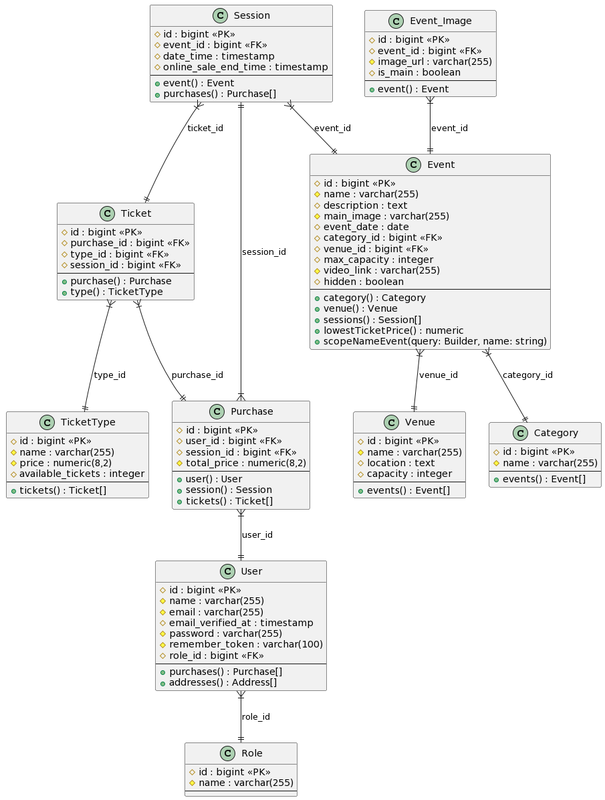
fcarmona8/EventoPass keeps this PlantUML diagram as Docs/images/DiagramaUML.png. Above is the earlier version.
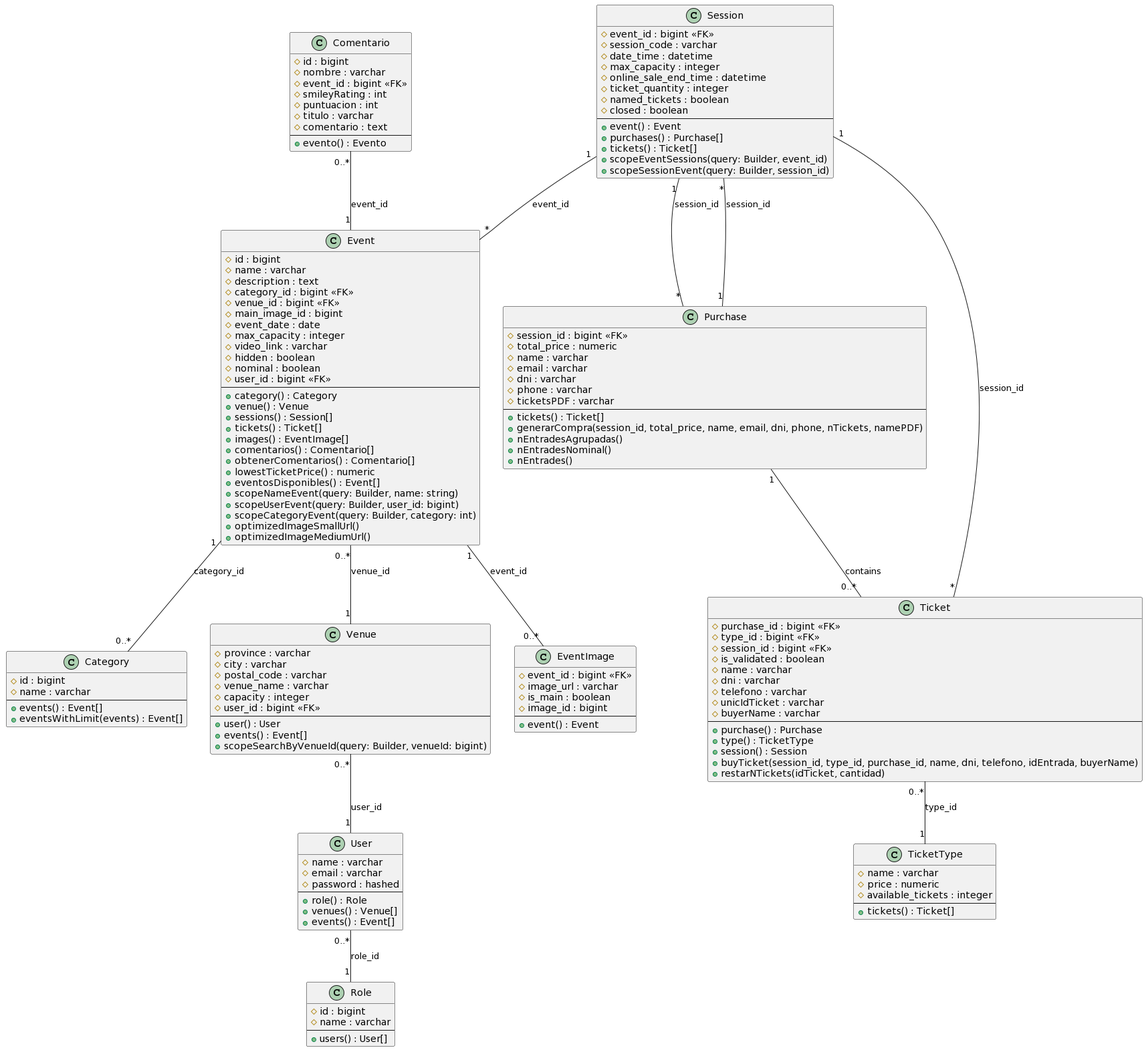
Later version of the same file.

The edit, as a diff of the source:
```diff
@@ -1,115 +1,162 @@
 @startuml
-class "Category" as categories {
-    # id : bigint <<PK>>
-    # name : varchar(255)
+class "Category" {
+    # id : bigint
+    # name : varchar
     --
     + events() : Event[]
+    + eventsWithLimit(events) : Event[]
 }
 
-class "Event" as events {
-    # id : bigint <<PK>>
-    # name : varchar(255)
+class "Comentario" {
+    # id : bigint
+    # nombre : varchar
+    # event_id : bigint <<FK>>
+    # smileyRating : int
+    # puntuacion : int
+    # titulo : varchar
+    # comentario : text
+    --
+    + evento() : Evento
+}
+
+class "Event" {
+    # id : bigint
+    # name : varchar
     # description : text
-    # main_image : varchar(255)
-    # event_date : date
     # category_id : bigint <<FK>>
     # venue_id : bigint <<FK>>
+    # main_image_id : bigint
+    # event_date : date
     # max_capacity : integer
-    # video_link : varchar(255)
+    # video_link : varchar
     # hidden : boolean
+    # nominal : boolean
+    # user_id : bigint <<FK>>
     --
     + category() : Category
     + venue() : Venue
     + sessions() : Session[]
+    + tickets() : Ticket[]
+    + images() : EventImage[]
+    + comentarios() : Comentario[]
+    + obtenerComentarios() : Comentario[]
     + lowestTicketPrice() : numeric
+    + eventosDisponibles() : Event[]
     + scopeNameEvent(query: Builder, name: string)
+    + scopeUserEvent(query: Builder, user_id: bigint)
+    + scopeCategoryEvent(query: Builder, category: int)
+    + optimizedImageSmallUrl()
+    + optimizedImageMediumUrl()
 }
 
-class "Venue" as venues {
-    # id : bigint <<PK>>
-    # name : varchar(255)
-    # location : text
+class "Venue" {
+    # province : varchar
+    # city : varchar
+    # postal_code : varchar
+    # venue_name : varchar
     # capacity : integer
+    # user_id : bigint <<FK>>
     --
+    + user() : User
+    + events() : Event[]
+    + scopeSearchByVenueId(query: Builder, venueId: bigint)
+}
+
+class "User" {
+    # name : varchar
+    # email : varchar
+    # password : hashed
+    --
+    + role() : Role
+    + venues() : Venue[]
     + events() : Event[]
 }
 
-class "Session" as sessions {
-    # id : bigint <<PK>>
+class "Role" {
+    # id : bigint
+    # name : varchar
+    --
+    + users() : User[]
+}
+
+class "EventImage" {
     # event_id : bigint <<FK>>
-    # date_time : timestamp
-    # online_sale_end_time : timestamp
+    # image_url : varchar
+    # is_main : boolean
+    # image_id : bigint
+    --
+    + event() : Event
+}
+
+class "Purchase" {
+    # session_id : bigint <<FK>>
+    # total_price : numeric
+    # name : varchar
+    # email : varchar
+    # dni : varchar
+    # phone : varchar
+    # ticketsPDF : varchar
+    --
+    + tickets() : Ticket[]
+    + generarCompra(session_id, total_price, name, email, dni, phone, nTickets, namePDF)
+    + nEntradesAgrupadas()
+    + nEntradesNominal()
+    + nEntrades()
+}
+
+class "Session" {
+    # event_id : bigint <<FK>>
+    # session_code : varchar
+    # date_time : datetime
+    # max_capacity : integer
+    # online_sale_end_time : datetime
+    # ticket_quantity : integer
+    # named_tickets : boolean
+    # closed : boolean
     --
     + event() : Event
     + purchases() : Purchase[]
+    + tickets() : Ticket[]
+    + scopeEventSessions(query: Builder, event_id)
+    + scopeSessionEvent(query: Builder, session_id)
 }
 
-class "Purchase" as purchases {
-    # id : bigint <<PK>>
-    # user_id : bigint <<FK>>
+class "Ticket" {
+    # purchase_id : bigint <<FK>>
+    # type_id : bigint <<FK>>
     # session_id : bigint <<FK>>
-    # total_price : numeric(8,2)
+    # is_validated : boolean
+    # name : varchar
+    # dni : varchar
+    # telefono : varchar
+    # unicIdTicket : varchar
+    # buyerName : varchar
     --
-    + user() : User
+    + purchase() : Purchase
+    + type() : TicketType
     + session() : Session
-    + tickets() : Ticket[]
+    + buyTicket(session_id, type_id, purchase_id, name, dni, telefono, idEntrada, buyerName)
+    + restarNTickets(idTicket, cantidad)
 }
 
-class "User" as users {
-    # id : bigint <<PK>>
-    # name : varchar(255)
-    # email : varchar(255)
-    # email_verified_at : timestamp
-    # password : varchar(255)
-    # remember_token : varchar(100)
-    # role_id : bigint <<FK>>
-    --
-    + purchases() : Purchase[]
-    + addresses() : Address[]
-}
-
-class "TicketType" as ticket_types {
-    # id : bigint <<PK>>
-    # name : varchar(255)
-    # price : numeric(8,2)
+class "TicketType" {
+    # name : varchar
+    # price : numeric
     # available_tickets : integer
     --
     + tickets() : Ticket[]
 }
 
-class "Ticket" as tickets {
-    # id : bigint <<PK>>
-    # purchase_id : bigint <<FK>>
-    # type_id : bigint <<FK>>
-    # session_id : bigint <<FK>>
-    --
-    + purchase() : Purchase
-    + type() : TicketType
-}
-
-class "Role" as roles {
-    # id : bigint <<PK>>
-    # name : varchar(255)
-    --
-}
-
-class "Event_Image" as event_images {
-    # id : bigint <<PK>>
-    # event_id : bigint <<FK>>
-    # image_url : varchar(255)
-    # is_main : boolean
-    --
-    + event() : Event
-}
-
-events }|--|| categories : "category_id"
-events }|--|| venues : "venue_id"
-sessions }|--|| events : "event_id"
-sessions }|--|| tickets : "ticket_id"
-purchases }|--|| sessions : "session_id"
-purchases }|--|| users : "user_id"
-tickets }|--|| purchases : "purchase_id"
-tickets }|--|| ticket_types : "type_id"
-users }|--|| roles : "role_id"
-event_images }|--|| events : "event_id"
+Comentario "0..*" -- "1" Event : "event_id"
+Event "1" -- "0..*" Category : "category_id"
+Event "0..*" -- "1" Venue : "venue_id"
+Venue "0..*" -- "1" User : "user_id"
+User "0..*" -- "1" Role : "role_id"
+Event "1" -- "0..*" EventImage : "event_id"
+Session "1" -- "*" Event : "event_id"
+Purchase "1" -- "*" Session : "session_id"
+Purchase "1" -- "0..*" Ticket : contains
+Session "1" -- "*" Purchase : "session_id"
+Session "1" -- "*" Ticket : "session_id"
+Ticket "0..*" -- "1" TicketType : "type_id"
 @enduml
```
